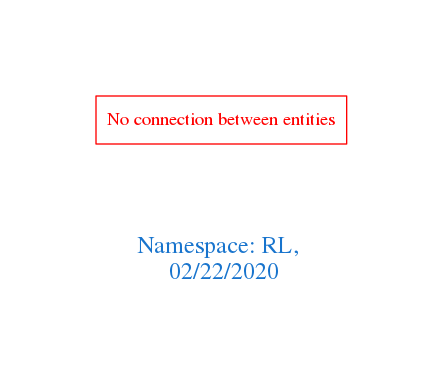
Earlier version of the Graphviz export downloads/RL.png (arago/OGIT). Its source is kept beside it as downloads/RL.dot.
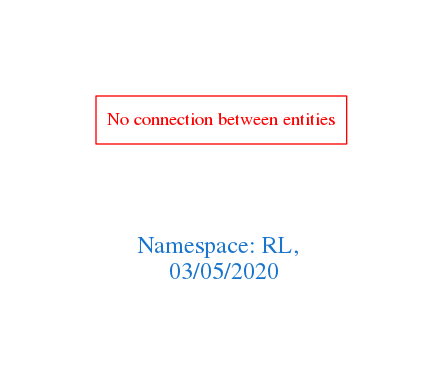
The same file after the commit.

Diff of the diagram source:
```diff
@@ -1,7 +1,7 @@
 digraph OGIT_ontology {
  graph [ rankdir= LR,pad=1
 fontsize = 18,
-fontcolor= dodgerblue3,label = "\n\n\nNamespace: RL, \n 02/22/2020"];
+fontcolor= dodgerblue3,label = "\n\n\nNamespace: RL, \n 03/05/2020"];
 node[shape=polygon];
 edge [  color="gray81"];
 
```
